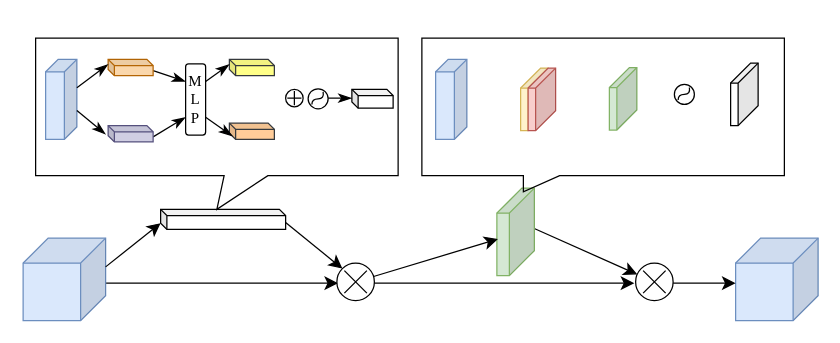
Earlier version of the draw.io diagram DrawIO_file/流程图/CBAM注意力机制.drawio (DingDongZz/typera_PicGO). Source tidied: cells renumbered, new cells numbered last; positions are measured from the earlier drawing's top-left corner, leaving out a move shared by most shapes. Both pictures are drawn from the tidied source at 125%, with x=0, y=0 at pixel (22, 38).
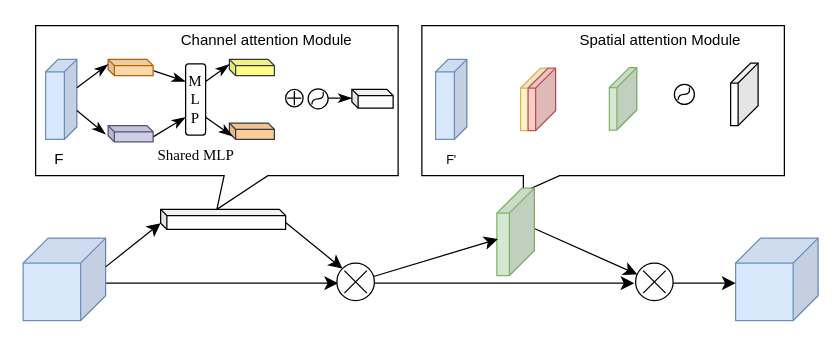
After the change.

Commit message (it also covers changes not shown here):
更新CBAM注意力机制.drawio

Change to the diagram source:
```diff
@@
+    <mxCell id="45" style="shape=callout;whiteSpace=wrap;html=1;perimeter=calloutPerimeter;fontFamily=Helvetica;fontSize=12;labelBackgroundColor=default;fillColor=none;base=29;size=13;position=0.28;position2=0.28;" parent="1" vertex="1">
+      <mxGeometry x="319" y="-10" width="290" height="133" as="geometry" />
+    </mxCell>
+    <mxCell id="44" style="shape=callout;whiteSpace=wrap;html=1;perimeter=calloutPerimeter;fontFamily=Helvetica;fontSize=12;labelBackgroundColor=default;fillColor=none;base=35;size=27;position=0.52;" parent="1" vertex="1">
+      <mxGeometry x="10" y="-10" width="290" height="147" as="geometry" />
+    </mxCell>
@@
-    <mxCell id="44" style="shape=callout;whiteSpace=wrap;html=1;perimeter=calloutPerimeter;fontFamily=Helvetica;fontSize=12;labelBackgroundColor=default;fillColor=none;base=35;size=27;position=0.52;" parent="1" vertex="1">
-      <mxGeometry x="10" width="290" height="137" as="geometry" />
-    </mxCell>
-    <mxCell id="45" style="shape=callout;whiteSpace=wrap;html=1;perimeter=calloutPerimeter;fontFamily=Helvetica;fontSize=12;labelBackgroundColor=default;fillColor=none;base=29;size=13;position=0.28;position2=0.28;" parent="1" vertex="1">
-      <mxGeometry x="319" width="290" height="123" as="geometry" />
-    </mxCell>
+    <mxCell id="46" value="&lt;span style=&quot;font-weight: normal;&quot;&gt;&lt;font face=&quot;Times New Roman&quot;&gt;Shared MLP&lt;/font&gt;&lt;/span&gt;" style="text;strokeColor=none;fillColor=none;html=1;fontSize=12;fontStyle=1;verticalAlign=middle;align=center;fontFamily=Helvetica;fontColor=default;labelBackgroundColor=default;" parent="1" vertex="1">
+      <mxGeometry x="88" y="74" width="100" height="40" as="geometry" />
+    </mxCell>
+    <mxCell id="47" value="F" style="text;html=1;align=center;verticalAlign=middle;whiteSpace=wrap;rounded=0;fontFamily=Helvetica;fontSize=12;fontColor=default;labelBackgroundColor=default;" parent="1" vertex="1">
+      <mxGeometry x="-1" y="82" width="60" height="30" as="geometry" />
+    </mxCell>
+    <mxCell id="48" value="&lt;span style=&quot;font-size: 10px;&quot;&gt;F'&lt;/span&gt;" style="text;html=1;align=center;verticalAlign=middle;whiteSpace=wrap;rounded=0;fontFamily=Helvetica;fontSize=12;fontColor=default;labelBackgroundColor=default;" parent="1" vertex="1">
+      <mxGeometry x="312.5" y="82" width="60" height="30" as="geometry" />
+    </mxCell>
+    <mxCell id="49" value="Channel attention Module" style="text;html=1;align=center;verticalAlign=middle;whiteSpace=wrap;rounded=0;fontFamily=Helvetica;fontSize=12;fontColor=default;labelBackgroundColor=default;" parent="1" vertex="1">
+      <mxGeometry x="94" y="-13" width="202" height="30" as="geometry" />
+    </mxCell>
+    <mxCell id="50" value="Spatial attention Module" style="text;html=1;align=center;verticalAlign=middle;whiteSpace=wrap;rounded=0;fontFamily=Helvetica;fontSize=12;fontColor=default;labelBackgroundColor=default;" parent="1" vertex="1">
+      <mxGeometry x="409" y="-13" width="202" height="30" as="geometry" />
+    </mxCell>
```
